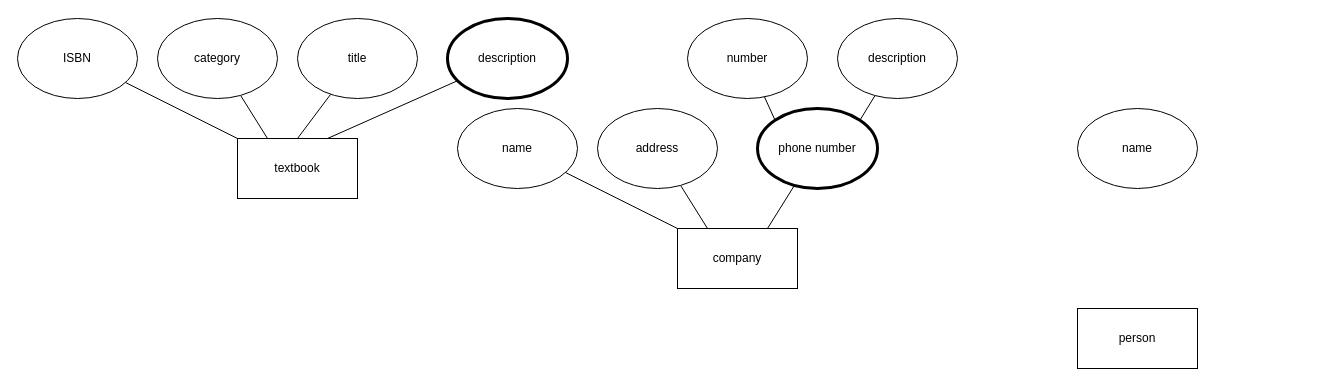
This is Untitled Diagram.drawio from lovelyfrog/DatabaseSystem, a draw.io file, before an edit. Source tidied: cells renumbered, new cells numbered last; positions are measured from the earlier drawing's top-left corner, leaving out a move shared by most shapes. Both pictures are drawn from the tidied source at 100%, with x=0, y=0 at pixel (17, 18).
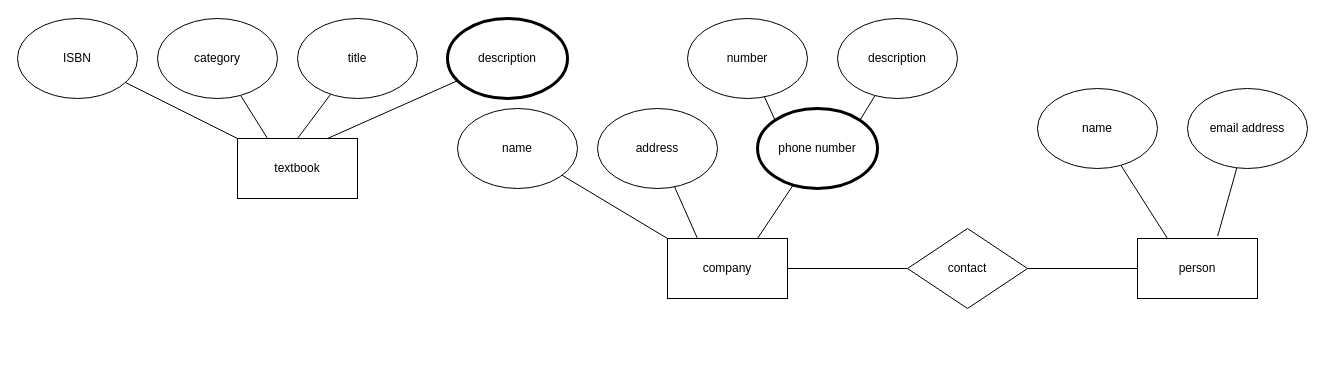
The same diagram, later.

What changed in the source:
```diff
@@
     <mxCell id="11" value="company" style="rounded=0;whiteSpace=wrap;html=1;strokeWidth=1;" parent="1" vertex="1">
-      <mxGeometry x="660" y="210" width="120" height="60" as="geometry" />
+      <mxGeometry x="650" y="220" width="120" height="60" as="geometry" />
     </mxCell>
@@
     <mxCell id="22" value="person" style="rounded=0;whiteSpace=wrap;html=1;strokeWidth=1;" parent="1" vertex="1">
-      <mxGeometry x="1060" y="290" width="120" height="60" as="geometry" />
+      <mxGeometry x="1120" y="220" width="120" height="60" as="geometry" />
     </mxCell>
     <mxCell id="23" value="name" style="ellipse;whiteSpace=wrap;html=1;strokeWidth=1;" parent="1" vertex="1">
-      <mxGeometry x="1060" y="90" width="120" height="80" as="geometry" />
+      <mxGeometry x="1020" y="70" width="120" height="80" as="geometry" />
     </mxCell>
+    <mxCell id="24" style="endArrow=none;html=1;exitX=0.25;exitY=0;exitDx=0;exitDy=0;" parent="1" edge="1" source="22" target="23">
+      <mxGeometry relative="1" as="geometry" />
+    </mxCell>
+    <mxCell id="25" style="endArrow=none;html=1;exitX=0.668;exitY=-0.04;exitDx=0;exitDy=0;exitPerimeter=0;" parent="1" edge="1" source="22" target="26">
+      <mxGeometry relative="1" as="geometry" />
+    </mxCell>
+    <mxCell id="26" value="email address" style="ellipse;whiteSpace=wrap;html=1;" parent="1" vertex="1">
+      <mxGeometry x="1170" y="70" width="120" height="80" as="geometry" />
+    </mxCell>
+    <mxCell id="27" value="contact" style="rhombus;whiteSpace=wrap;html=1;strokeWidth=1;" parent="1" vertex="1">
+      <mxGeometry x="890" y="210" width="120" height="80" as="geometry" />
+    </mxCell>
+    <mxCell id="28" style="endArrow=none;html=1;entryX=0;entryY=0.5;entryDx=0;entryDy=0;exitX=1;exitY=0.5;exitDx=0;exitDy=0;" parent="1" edge="1" source="11" target="27">
+      <mxGeometry relative="1" as="geometry" />
+    </mxCell>
+    <mxCell id="29" style="endArrow=none;html=1;exitX=0;exitY=0.5;exitDx=0;exitDy=0;entryX=1;entryY=0.5;entryDx=0;entryDy=0;" parent="1" edge="1" source="22" target="27">
+      <mxGeometry relative="1" as="geometry" />
+    </mxCell>
```
